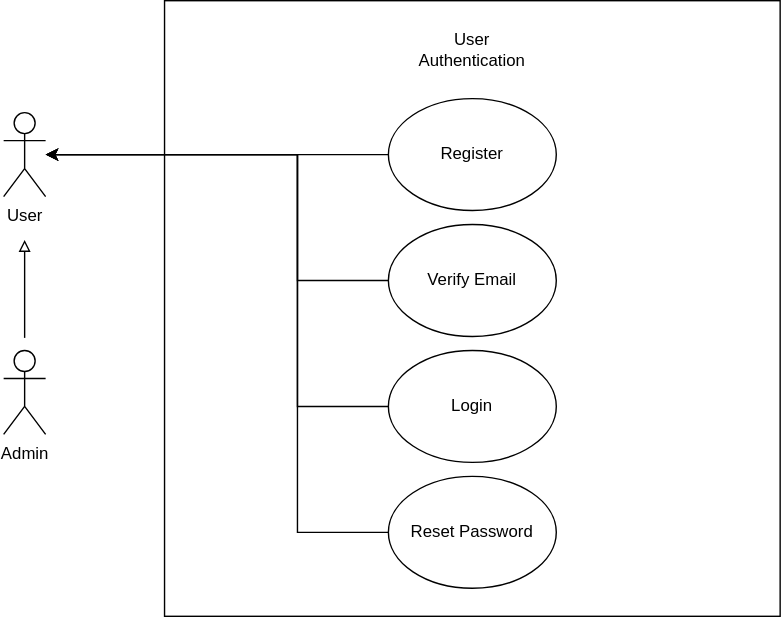
Earlier version of the draw.io export images/User Authentication.svg (lntlemeza/git-group-practice). Source tidied: cells renumbered, new cells last; positions are measured from the earlier drawing's top-left corner, leaving out a move shared by most shapes.
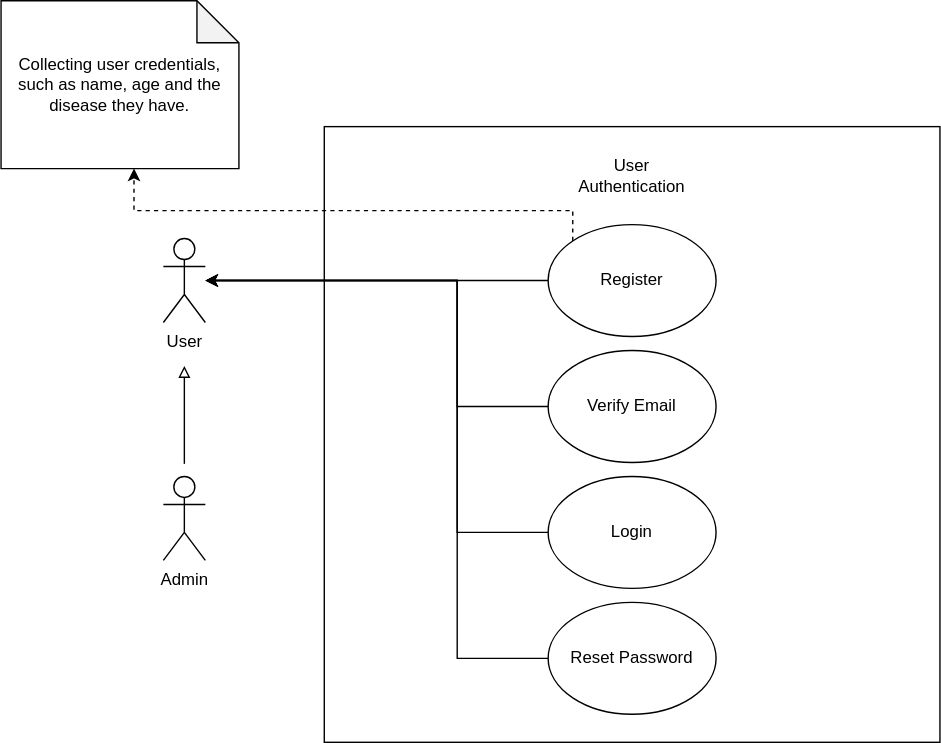
Later version of the same file.

What changed in the source:
```diff
@@ -62,5 +62,16 @@
     <mxCell id="14" value="Admin" style="shape=umlActor;verticalLabelPosition=bottom;verticalAlign=top;html=1;" parent="1" vertex="1">
       <mxGeometry y="250" width="30" height="60" as="geometry" />
     </mxCell>
+    <mxCell id="15" value="Collecting user credentials, such as name, age and the disease they have." style="shape=note;whiteSpace=wrap;html=1;backgroundOutline=1;darkOpacity=0.05;" parent="1" vertex="1">
+      <mxGeometry x="-116" y="-90" width="170" height="120" as="geometry" />
+    </mxCell>
+    <mxCell id="16" style="edgeStyle=orthogonalEdgeStyle;rounded=0;jettySize=auto;html=1;exitX=0;exitY=0;exitDx=0;exitDy=0;dashed=1;entryX=0.559;entryY=1;entryDx=0;entryDy=0;entryPerimeter=0;" parent="1" edge="1" source="5" target="15">
+      <mxGeometry relative="1" as="geometry">
+        <Array as="points">
+          <mxPoint x="293" y="60" />
+          <mxPoint x="-21" y="60" />
+        </Array>
+      </mxGeometry>
+    </mxCell>
   </root>
 </mxGraphModel>
```
